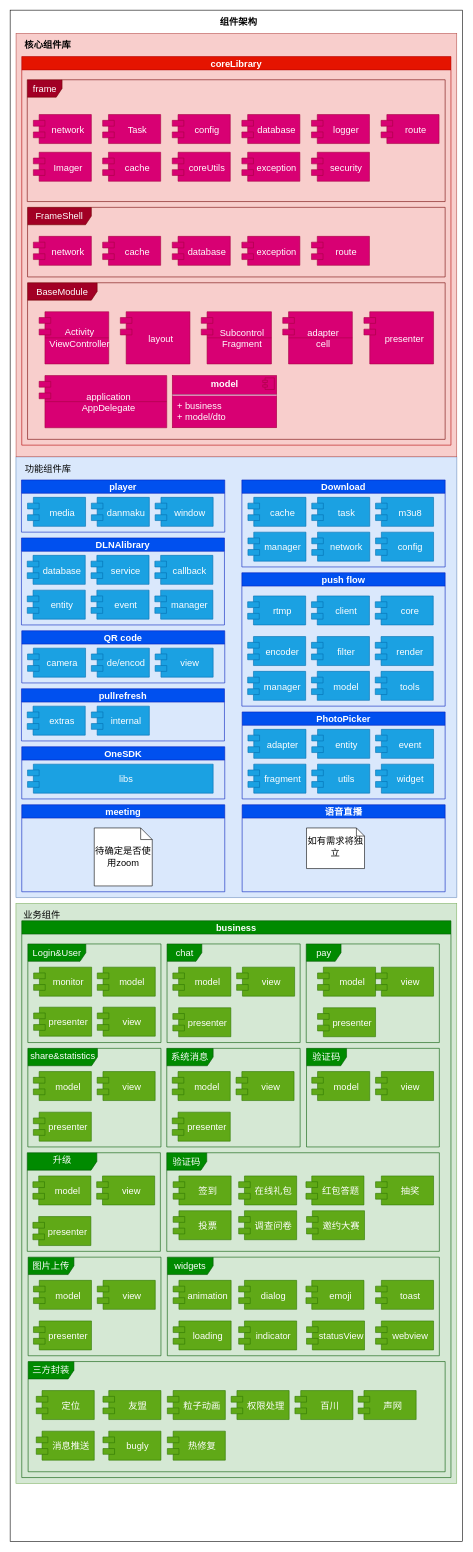
The draw.io diagram 架构设计/未命名绘图.drawio in mengzhuSDK/diagram, before the edit. Source tidied: cells renumbered, new cells numbered last; positions are measured from the earlier drawing's top-left corner, leaving out a move shared by most shapes. Both pictures are drawn from the tidied source at 58%, with x=0, y=0 at pixel (10, 10).
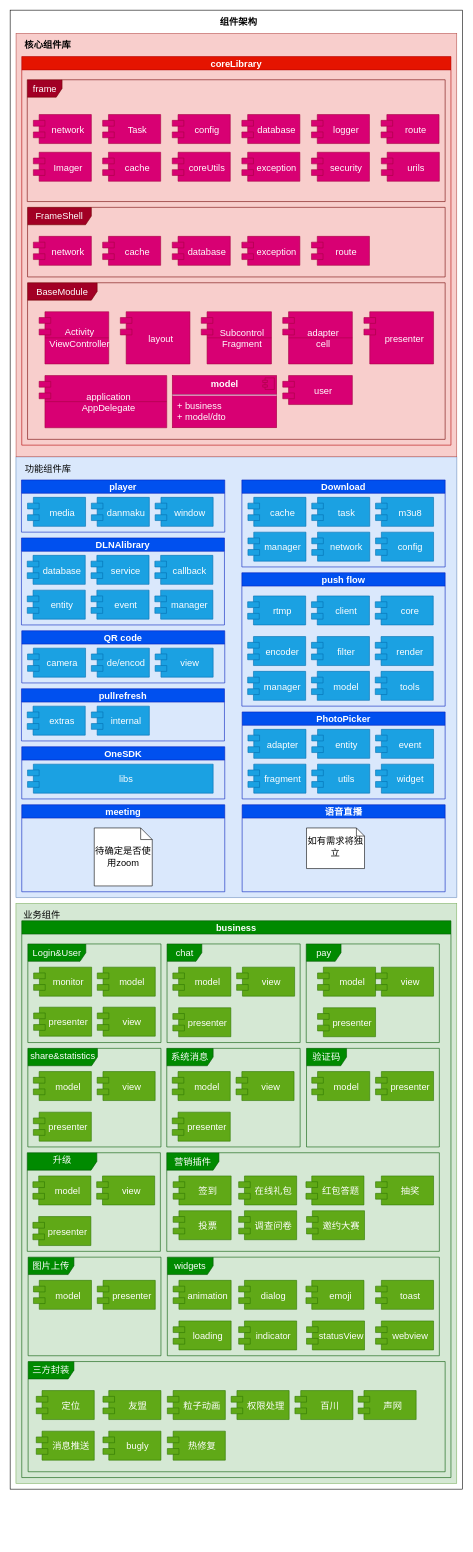
The same page after the edit.

Commit message:
更新未命名绘图.drawio

The change refers to these unchanged cells:
```xml
<mxCell id="52" value="business" style="swimlane;fontSize=16;html=0;fillColor=#008a00;strokeColor=#005700;fontColor=#ffffff;" parent="1" vertex="1">
  <mxGeometry x="20" y="1570" width="740" height="960" as="geometry" />
</mxCell>
<mxCell id="134" value="coreLibrary" style="swimlane;fontSize=16;html=0;fillColor=#e51400;strokeColor=#B20000;fontColor=#ffffff;" parent="1" vertex="1">
  <mxGeometry x="20" y="80" width="740" height="670" as="geometry" />
</mxCell>
```

Change to the diagram source:
```diff
@@
     <mxCell id="2" style="rounded=0;whiteSpace=wrap;html=1;" parent="1" vertex="1">
-      <mxGeometry width="780" height="2640" as="geometry" />
+      <mxGeometry width="780" height="2550" as="geometry" />
     </mxCell>
@@
     <mxCell id="69" value="presenter" style="shape=module;align=left;spacingLeft=20;align=center;verticalAlign=middle;fontSize=16;fontColor=#ffffff;html=0;fillColor=#60a917;strokeColor=#2D7600;" parent="52" vertex="1">
-      <mxGeometry x="20.2" y="690" width="100" height="50" as="geometry" />
+      <mxGeometry x="130.2" y="620" width="100" height="50" as="geometry" />
     </mxCell>
-    <mxCell id="70" value="view" style="shape=module;align=left;spacingLeft=20;align=center;verticalAlign=middle;fontSize=16;fontColor=#ffffff;html=0;fillColor=#60a917;strokeColor=#2D7600;" parent="52" vertex="1">
-      <mxGeometry x="130.2" y="620" width="100" height="50" as="geometry" />
-    </mxCell>
@@
-    <mxCell id="99" value="view" style="shape=module;align=left;spacingLeft=20;align=center;verticalAlign=middle;fontSize=16;fontColor=#ffffff;html=0;fillColor=#60a917;strokeColor=#2D7600;" parent="1" vertex="1">
+    <mxCell id="99" value="presenter" style="shape=module;align=left;spacingLeft=20;align=center;verticalAlign=middle;fontSize=16;fontColor=#ffffff;html=0;fillColor=#60a917;strokeColor=#2D7600;" parent="1" vertex="1">
       <mxGeometry x="630" y="1830" width="100" height="50" as="geometry" />
     </mxCell>
@@
+    <mxCell id="150" value="urils" style="shape=module;align=left;spacingLeft=20;align=center;verticalAlign=middle;fontSize=16;fillColor=#d80073;strokeColor=#A50040;fontColor=#ffffff;" parent="134" vertex="1">
+      <mxGeometry x="620" y="165" width="100" height="50" as="geometry" />
+    </mxCell>
@@
-    <mxCell id="140" value="验证码" style="shape=umlFrame;whiteSpace=wrap;html=1;fontSize=16;fontColor=#ffffff;width=69;height=30;fillColor=#008a00;strokeColor=#005700;" parent="1" vertex="1">
+    <mxCell id="140" value="营销插件" style="shape=umlFrame;whiteSpace=wrap;html=1;fontSize=16;fontColor=#ffffff;width=90;height=30;fillColor=#008a00;strokeColor=#005700;" parent="1" vertex="1">
       <mxGeometry x="270" y="1970" width="470" height="170" as="geometry" />
     </mxCell>
@@
+    <mxCell id="151" value="user" style="shape=module;align=left;spacingLeft=20;align=center;verticalAlign=middle;fontSize=16;fillColor=#d80073;strokeColor=#A50040;fontColor=#ffffff;" parent="1" vertex="1">
+      <mxGeometry x="470" y="630" width="120" height="50" as="geometry" />
+    </mxCell>
```
